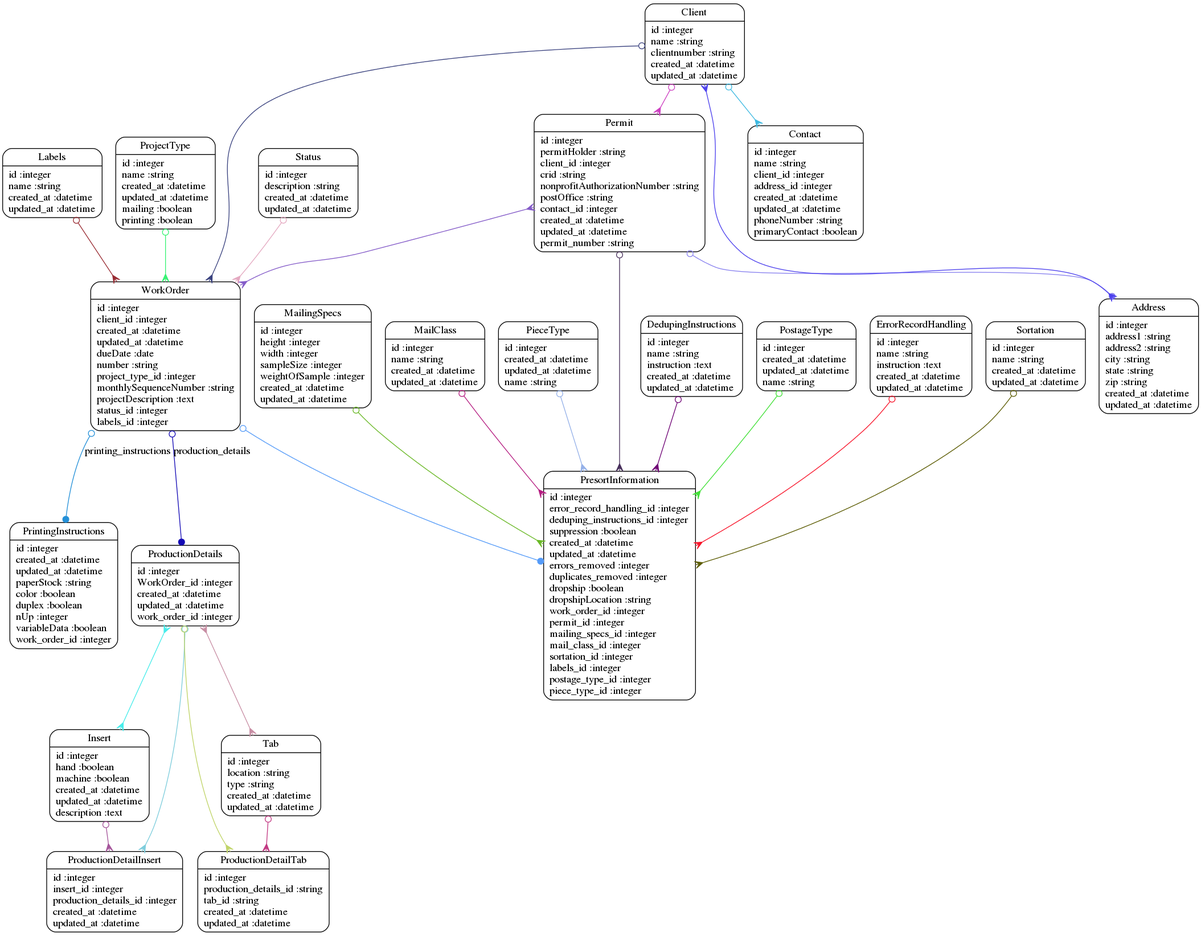
The Graphviz diagram models.png in JasonMadeSomething/work-orderV0, before a commit. Its source is kept beside it as models.dot.
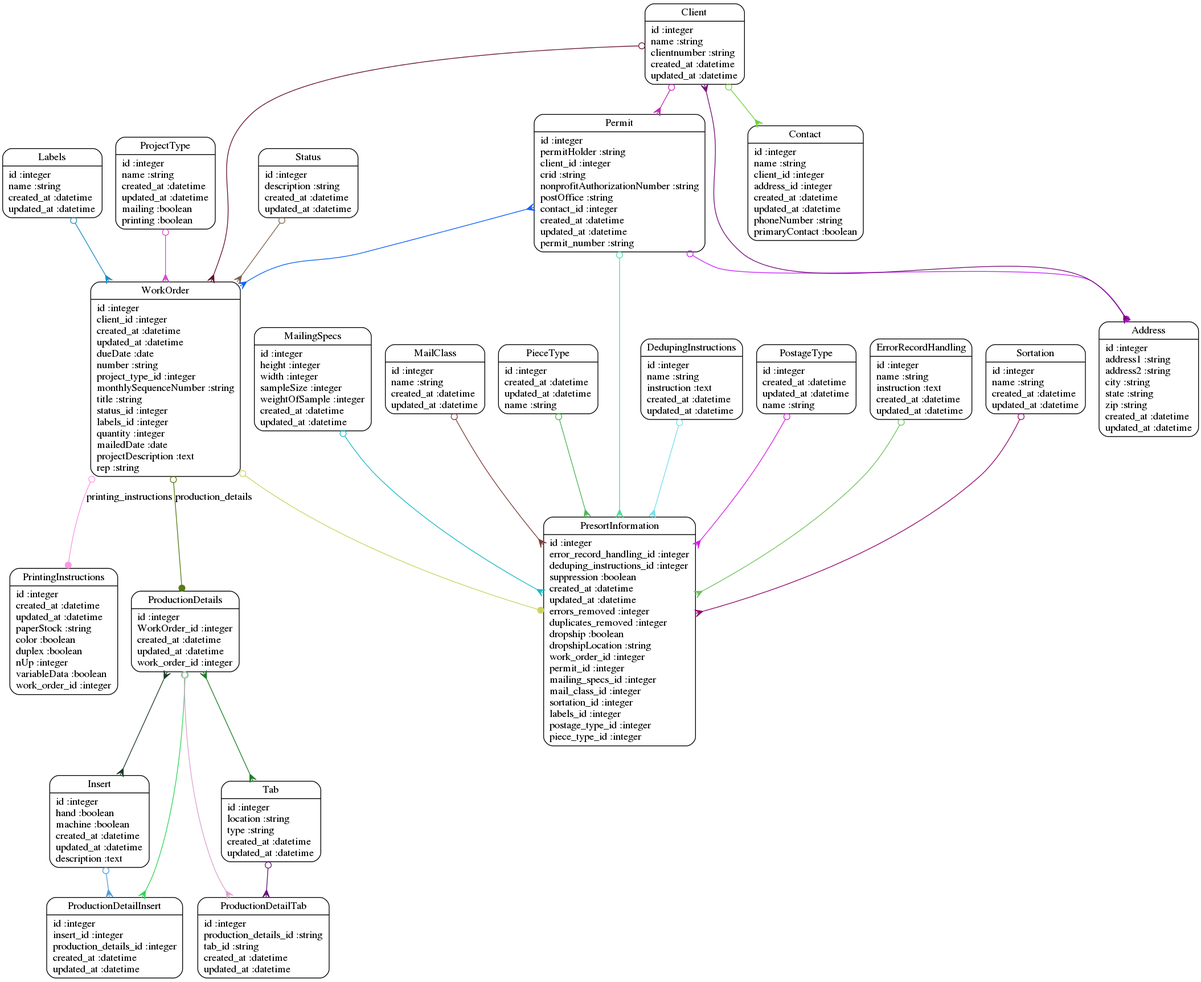
After the change.

Change to the diagram source:
```diff
@@ -9,7 +9,7 @@
 	"ProductionDetails" [shape=Mrecord, label="{ProductionDetails|id :integer\lWorkOrder_id :integer\lcreated_at :datetime\lupdated_at :datetime\lwork_order_id :integer\l}"]
 	"ProductionDetailTab" [shape=Mrecord, label="{ProductionDetailTab|id :integer\lproduction_details_id :string\ltab_id :string\lcreated_at :datetime\lupdated_at :datetime\l}"]
 	"MailingSpecs" [shape=Mrecord, label="{MailingSpecs|id :integer\lheight :integer\lwidth :integer\lsampleSize :integer\lweightOfSample :integer\lcreated_at :datetime\lupdated_at :datetime\l}"]
-	"WorkOrder" [shape=Mrecord, label="{WorkOrder|id :integer\lclient_id :integer\lcreated_at :datetime\lupdated_at :datetime\ldueDate :date\lnumber :string\lproject_type_id :integer\lmonthlySequenceNumber :string\lprojectDescription :text\lstatus_id :integer\llabels_id :integer\l}"]
+	"WorkOrder" [shape=Mrecord, label="{WorkOrder|id :integer\lclient_id :integer\lcreated_at :datetime\lupdated_at :datetime\ldueDate :date\lnumber :string\lproject_type_id :integer\lmonthlySequenceNumber :string\ltitle :string\lstatus_id :integer\llabels_id :integer\lquantity :integer\lmailedDate :date\lprojectDescription :text\lrep :string\l}"]
 	"Address" [shape=Mrecord, label="{Address|id :integer\laddress1 :string\laddress2 :string\lcity :string\lstate :string\lzip :string\lcreated_at :datetime\lupdated_at :datetime\l}"]
 	"Tab" [shape=Mrecord, label="{Tab|id :integer\llocation :string\ltype :string\lcreated_at :datetime\lupdated_at :datetime\l}"]
 	"PresortInformation" [shape=Mrecord, label="{PresortInformation|id :integer\lerror_record_handling_id :integer\ldeduping_instructions_id :integer\lsuppression :boolean\lcreated_at :datetime\lupdated_at :datetime\lerrors_removed :integer\lduplicates_removed :integer\ldropship :boolean\ldropshipLocation :string\lwork_order_id :integer\lpermit_id :integer\lmailing_specs_id :integer\lmail_class_id :integer\lsortation_id :integer\llabels_id :integer\lpostage_type_id :integer\lpiece_type_id :integer\l}"]
@@ -22,30 +22,30 @@
 	"PostageType" [shape=Mrecord, label="{PostageType|id :integer\lcreated_at :datetime\lupdated_at :datetime\lname :string\l}"]
 	"Client" [shape=Mrecord, label="{Client|id :integer\lname :string\lclientnumber :string\lcreated_at :datetime\lupdated_at :datetime\l}"]
 	"ErrorRecordHandling" [shape=Mrecord, label="{ErrorRecordHandling|id :integer\lname :string\linstruction :text\lcreated_at :datetime\lupdated_at :datetime\l}"]
-	"Labels" -> "WorkOrder" [arrowtail=odot, arrowhead=crow, dir=both color="#992B32"]
-	"Sortation" -> "PresortInformation" [arrowtail=odot, arrowhead=crow, dir=both color="#5C5C03"]
-	"Insert" -> "ProductionDetailInsert" [arrowtail=odot, arrowhead=crow, dir=both color="#A5559B"]
-	"ProjectType" -> "WorkOrder" [arrowtail=odot, arrowhead=crow, dir=both color="#38F374"]
-	"ProductionDetails" -> "ProductionDetailTab" [arrowtail=odot, arrowhead=crow, dir=both color="#C0D468"]
-	"ProductionDetails" -> "Tab" [arrowtail=crow, arrowhead=crow, dir=both color="#C88EA4"]
-	"ProductionDetails" -> "ProductionDetailInsert" [arrowtail=odot, arrowhead=crow, dir=both color="#7ECDDC"]
-	"ProductionDetails" -> "Insert" [arrowtail=crow, arrowhead=crow, dir=both color="#46ECEA"]
-	"MailingSpecs" -> "PresortInformation" [arrowtail=odot, arrowhead=crow, dir=both color="#69B825"]
-	"WorkOrder" -> "PresortInformation" [arrowtail=odot, arrowhead=dot, dir=both color="#559BF8"]
-	"WorkOrder" -> "PrintingInstructions" [label="printing_instructions", arrowtail=odot, arrowhead=dot, dir=both color="#2490D8"]
-	"WorkOrder" -> "ProductionDetails" [label="production_details", arrowtail=odot, arrowhead=dot, dir=both color="#140AB5"]
-	"Tab" -> "ProductionDetailTab" [arrowtail=odot, arrowhead=crow, dir=both color="#C23882"]
-	"Status" -> "WorkOrder" [arrowtail=odot, arrowhead=crow, dir=both color="#E4A8C0"]
-	"MailClass" -> "PresortInformation" [arrowtail=odot, arrowhead=crow, dir=both color="#B51D81"]
-	"PieceType" -> "PresortInformation" [arrowtail=odot, arrowhead=crow, dir=both color="#94B0E8"]
-	"Permit" -> "Address" [arrowtail=odot, arrowhead=dot, dir=both color="#8780EF"]
-	"Permit" -> "WorkOrder" [arrowtail=crow, arrowhead=crow, dir=both color="#845BC8"]
-	"Permit" -> "PresortInformation" [arrowtail=odot, arrowhead=crow, dir=both color="#462E5A"]
-	"DedupingInstructions" -> "PresortInformation" [arrowtail=odot, arrowhead=crow, dir=both color="#700576"]
-	"PostageType" -> "PresortInformation" [arrowtail=odot, arrowhead=crow, dir=both color="#41E036"]
-	"Client" -> "Contact" [arrowtail=odot, arrowhead=crow, dir=both color="#3EB9E1"]
-	"Client" -> "Address" [arrowtail=crow, arrowhead=crow, dir=both color="#4C40ED"]
-	"Client" -> "Permit" [arrowtail=odot, arrowhead=crow, dir=both color="#CD40C1"]
-	"Client" -> "WorkOrder" [arrowtail=odot, arrowhead=crow, dir=both color="#39417E"]
-	"ErrorRecordHandling" -> "PresortInformation" [arrowtail=odot, arrowhead=crow, dir=both color="#F8142A"]
+	"Labels" -> "WorkOrder" [arrowtail=odot, arrowhead=crow, dir=both color="#1B8FC4"]
+	"Sortation" -> "PresortInformation" [arrowtail=odot, arrowhead=crow, dir=both color="#95076D"]
+	"Insert" -> "ProductionDetailInsert" [arrowtail=odot, arrowhead=crow, dir=both color="#539CD3"]
+	"ProjectType" -> "WorkOrder" [arrowtail=odot, arrowhead=crow, dir=both color="#D44CD0"]
+	"ProductionDetails" -> "ProductionDetailTab" [arrowtail=odot, arrowhead=crow, dir=both color="#DDA3CF"]
+	"ProductionDetails" -> "Tab" [arrowtail=crow, arrowhead=crow, dir=both color="#1C7E24"]
+	"ProductionDetails" -> "ProductionDetailInsert" [arrowtail=odot, arrowhead=crow, dir=both color="#32D659"]
+	"ProductionDetails" -> "Insert" [arrowtail=crow, arrowhead=crow, dir=both color="#1C3A26"]
+	"MailingSpecs" -> "PresortInformation" [arrowtail=odot, arrowhead=crow, dir=both color="#18BBC6"]
+	"WorkOrder" -> "PresortInformation" [arrowtail=odot, arrowhead=dot, dir=both color="#CBD362"]
+	"WorkOrder" -> "PrintingInstructions" [label="printing_instructions", arrowtail=odot, arrowhead=dot, dir=both color="#FA98E3"]
+	"WorkOrder" -> "ProductionDetails" [label="production_details", arrowtail=odot, arrowhead=dot, dir=both color="#567B18"]
+	"Tab" -> "ProductionDetailTab" [arrowtail=odot, arrowhead=crow, dir=both color="#621275"]
+	"Status" -> "WorkOrder" [arrowtail=odot, arrowhead=crow, dir=both color="#7F614B"]
+	"MailClass" -> "PresortInformation" [arrowtail=odot, arrowhead=crow, dir=both color="#7D3D39"]
+	"PieceType" -> "PresortInformation" [arrowtail=odot, arrowhead=crow, dir=both color="#4BB554"]
+	"Permit" -> "Address" [arrowtail=odot, arrowhead=dot, dir=both color="#C620FA"]
+	"Permit" -> "WorkOrder" [arrowtail=crow, arrowhead=crow, dir=both color="#0D62FB"]
+	"Permit" -> "PresortInformation" [arrowtail=odot, arrowhead=crow, dir=both color="#53DAA1"]
+	"DedupingInstructions" -> "PresortInformation" [arrowtail=odot, arrowhead=crow, dir=both color="#77DEEF"]
+	"PostageType" -> "PresortInformation" [arrowtail=odot, arrowhead=crow, dir=both color="#DA1FE4"]
+	"Client" -> "Contact" [arrowtail=odot, arrowhead=crow, dir=both color="#74D03F"]
+	"Client" -> "Address" [arrowtail=crow, arrowhead=crow, dir=both color="#740E78"]
+	"Client" -> "Permit" [arrowtail=odot, arrowhead=crow, dir=both color="#C428B5"]
+	"Client" -> "WorkOrder" [arrowtail=odot, arrowhead=crow, dir=both color="#66122C"]
+	"ErrorRecordHandling" -> "PresortInformation" [arrowtail=odot, arrowhead=crow, dir=both color="#70C35D"]
 }
```
